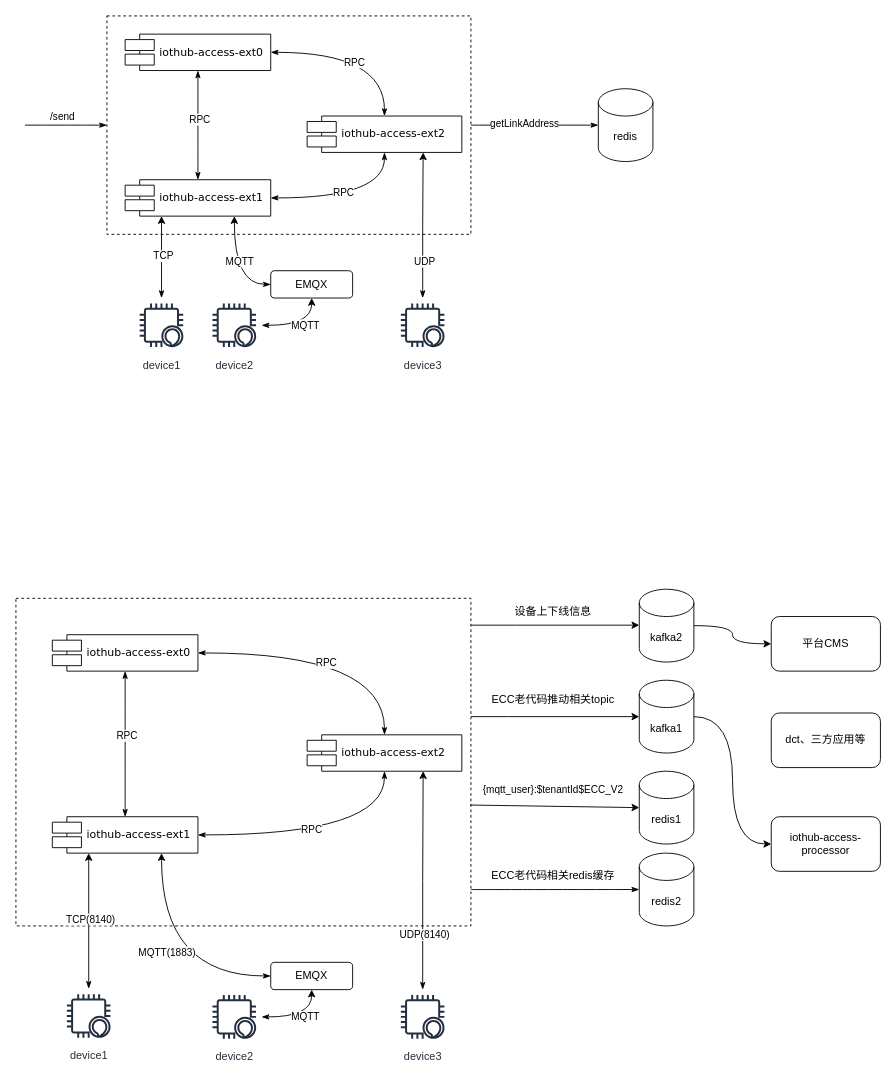
Earlier version of the draw.io diagram root/三做实/三做实指令下发.drawio (yzzh9/yzzh9). Source tidied: cells renumbered, new cells numbered last; positions are measured from the earlier drawing's top-left corner, leaving out a move shared by most shapes. Both pictures are drawn from the tidied source at 91%, with x=0, y=0 at pixel (15, 15).
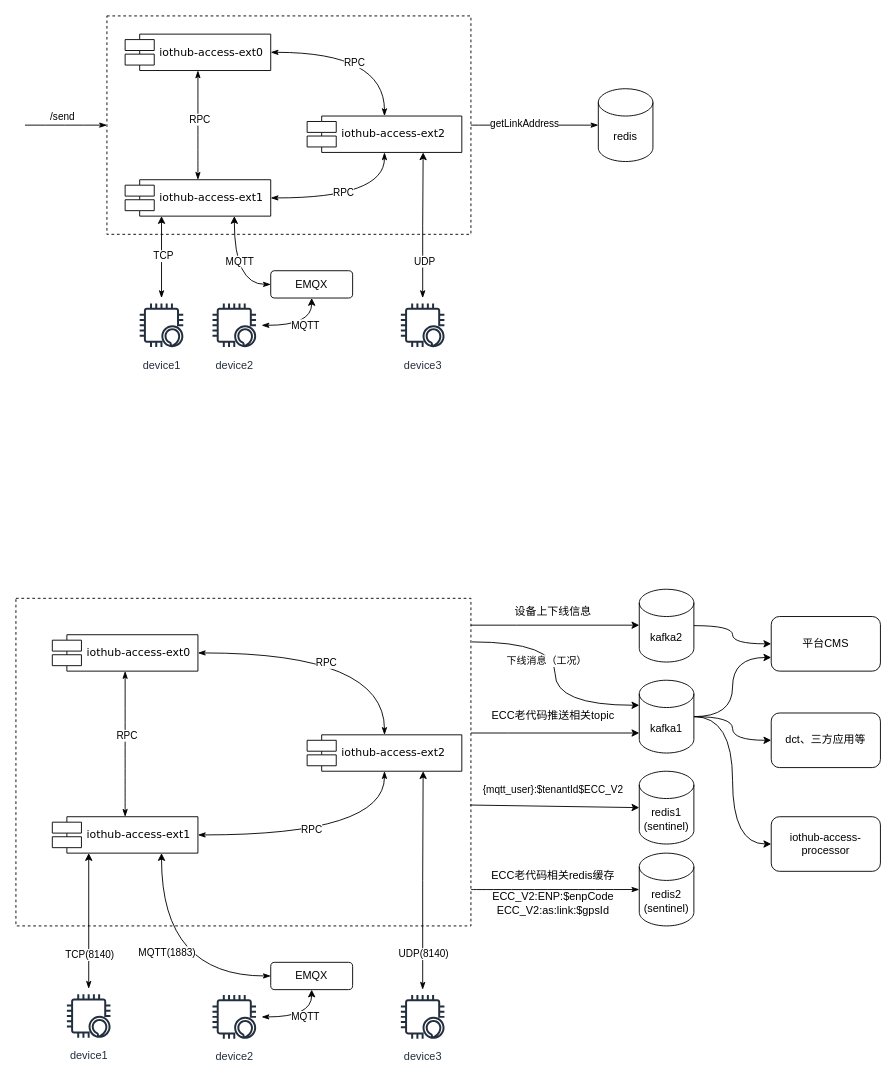
The same diagram, later.

Commit message:
更新三做实.drawio

Unchanged cells that the change refers to:
```xml
<mxCell id="32" style="html=1;rounded=0;shadow=0;comic=0;labelBackgroundColor=none;strokeColor=#000000;strokeWidth=1;fillColor=none;fontFamily=Verdana;fontSize=12;fontColor=#000000;align=center;dashed=1;labelPosition=center;verticalLabelPosition=bottom;verticalAlign=top;" parent="1" vertex="1">
  <mxGeometry y="640" width="500" height="360" as="geometry" />
</mxCell>
<mxCell id="43" style="edgeStyle=orthogonalEdgeStyle;rounded=0;jettySize=auto;html=1;entryX=0.25;entryY=1;entryDx=0;entryDy=0;startArrow=classicThin;startFill=1;" parent="1" edge="1" source="45" target="38">
  <mxGeometry relative="1" as="geometry" />
</mxCell>
<mxCell id="49" style="edgeStyle=orthogonalEdgeStyle;rounded=0;jettySize=auto;html=1;entryX=0.75;entryY=1;entryDx=0;entryDy=0;startArrow=classicThin;startFill=1;" parent="1" edge="1" source="51" target="41">
  <mxGeometry relative="1" as="geometry" />
</mxCell>
<mxCell id="57" value="kafka1" style="shape=cylinder3;whiteSpace=wrap;html=1;boundedLbl=1;backgroundOutline=1;size=15;" parent="1" vertex="1">
  <mxGeometry x="685" y="730" width="60" height="80" as="geometry" />
</mxCell>
<mxCell id="60" value="平台CMS" style="rounded=1;whiteSpace=wrap;html=1;" parent="1" vertex="1">
  <mxGeometry x="830" y="660" width="120" height="60" as="geometry" />
</mxCell>
<mxCell id="67" value="dct、三方应用等" style="rounded=1;whiteSpace=wrap;html=1;" parent="1" vertex="1">
  <mxGeometry x="830" y="766" width="120" height="60" as="geometry" />
</mxCell>
```

Diff of the diagram source:
```diff
@@
-    <mxCell id="42" value="redis2" style="shape=cylinder3;whiteSpace=wrap;html=1;boundedLbl=1;backgroundOutline=1;size=15;" parent="1" vertex="1">
+    <mxCell id="42" value="redis2&lt;br&gt;(sentinel)" style="shape=cylinder3;whiteSpace=wrap;html=1;boundedLbl=1;backgroundOutline=1;size=15;" parent="1" vertex="1">
       <mxGeometry x="685" y="920" width="60" height="80" as="geometry" />
     </mxCell>
@@
     <mxCell id="44" value="TCP(8140)" style="edgeLabel;html=1;align=center;verticalAlign=middle;" parent="43" vertex="1">
-      <mxGeometry x="0.04" y="-1" relative="1" as="geometry" />
+      <mxGeometry x="0.04" y="-1" relative="1" as="geometry">
+        <mxPoint x="-1" y="39" as="offset" />
+      </mxGeometry>
     </mxCell>
@@
     <mxCell id="50" value="UDP(8140)" style="edgeLabel;html=1;align=center;verticalAlign=middle;" parent="49" vertex="1">
-      <mxGeometry x="-0.49" y="-1" relative="1" as="geometry" />
+      <mxGeometry x="-0.49" y="-1" relative="1" as="geometry">
+        <mxPoint x="-1" y="21" as="offset" />
+      </mxGeometry>
     </mxCell>
@@
-    <mxCell id="55" value="redis1" style="shape=cylinder3;whiteSpace=wrap;html=1;boundedLbl=1;backgroundOutline=1;size=15;" parent="1" vertex="1">
+    <mxCell id="55" value="redis1&lt;div&gt;(sentinel)&lt;/div&gt;" style="shape=cylinder3;whiteSpace=wrap;html=1;boundedLbl=1;backgroundOutline=1;size=15;" parent="1" vertex="1">
       <mxGeometry x="685" y="830" width="60" height="80" as="geometry" />
     </mxCell>
@@
+    <mxCell id="70" style="edgeStyle=orthogonalEdgeStyle;rounded=0;jettySize=auto;html=1;entryX=0;entryY=0.5;entryDx=0;entryDy=0;curved=1;" parent="1" edge="1" source="57" target="67">
+      <mxGeometry relative="1" as="geometry" />
+    </mxCell>
+    <mxCell id="71" style="edgeStyle=orthogonalEdgeStyle;rounded=0;jettySize=auto;html=1;entryX=0;entryY=0.75;entryDx=0;entryDy=0;curved=1;" parent="1" edge="1" source="57" target="60">
+      <mxGeometry relative="1" as="geometry" />
+    </mxCell>
@@
-    <mxCell id="68" style="edgeStyle=orthogonalEdgeStyle;rounded=0;jettySize=auto;html=1;entryX=0;entryY=0.5;entryDx=0;entryDy=0;entryPerimeter=0;" parent="1" edge="1" source="32" target="57">
+    <mxCell id="68" style="edgeStyle=orthogonalEdgeStyle;rounded=0;orthogonalLoop=1;jettySize=auto;html=1;entryX=0;entryY=0.5;entryDx=0;entryDy=0;entryPerimeter=0;" parent="1" edge="1">
       <mxGeometry relative="1" as="geometry">
+        <mxPoint x="500" y="788" as="sourcePoint" />
+        <mxPoint x="685" y="788" as="targetPoint" />
         <Array as="points">
-          <mxPoint x="540" y="770" />
-          <mxPoint x="540" y="770" />
+          <mxPoint x="540" y="788" />
+          <mxPoint x="540" y="788" />
         </Array>
       </mxGeometry>
     </mxCell>
-    <mxCell id="69" value="ECC老代码推动相关topic" style="text;html=1;align=center;verticalAlign=middle;strokeColor=none;fillColor=none;" parent="1" vertex="1">
-      <mxGeometry x="510" y="736" width="160" height="30" as="geometry" />
+    <mxCell id="69" value="ECC老代码推送相关topic" style="text;html=1;align=center;verticalAlign=middle;strokeColor=none;fillColor=none;" parent="1" vertex="1">
+      <mxGeometry x="510" y="754" width="160" height="30" as="geometry" />
     </mxCell>
+    <mxCell id="72" value="ECC_V2:ENP:$enpCode&lt;br&gt;ECC_V2:as:link:$gpsId" style="text;html=1;align=center;verticalAlign=middle;strokeColor=none;fillColor=none;" parent="1" vertex="1">
+      <mxGeometry x="510" y="955" width="160" height="40" as="geometry" />
+    </mxCell>
+    <mxCell id="73" style="edgeStyle=orthogonalEdgeStyle;rounded=0;jettySize=auto;html=1;entryX=0;entryY=0;entryDx=0;entryDy=27.5;entryPerimeter=0;exitX=1.002;exitY=0.133;exitDx=0;exitDy=0;exitPerimeter=0;curved=1;" parent="1" edge="1" source="32" target="57">
+      <mxGeometry relative="1" as="geometry" />
+    </mxCell>
+    <mxCell id="74" value="下线消息（工况）" style="edgeLabel;html=1;align=center;verticalAlign=middle;" parent="73" vertex="1">
+      <mxGeometry x="-0.12" y="-10" relative="1" as="geometry" />
+    </mxCell>
```
